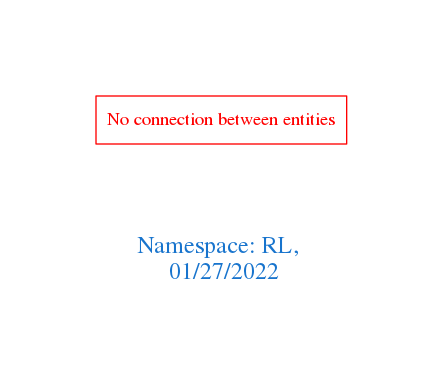
Before: downloads/RL.png, a diagram exported from Graphviz (arago/OGIT). Its source is kept beside it as downloads/RL.dot.
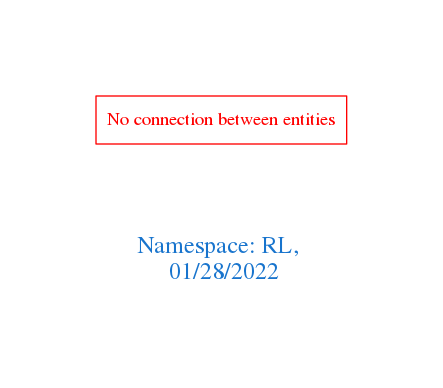
The same file after the commit.

The edit, as a diff of the source:
```diff
@@ -1,7 +1,7 @@
 digraph OGIT_ontology {
  graph [ rankdir= LR,pad=1
 fontsize = 18,
-fontcolor= dodgerblue3,label = "\n\n\nNamespace: RL, \n 01/27/2022"];
+fontcolor= dodgerblue3,label = "\n\n\nNamespace: RL, \n 01/28/2022"];
 node[shape=polygon];
 edge [  color="gray81"];
 
```
